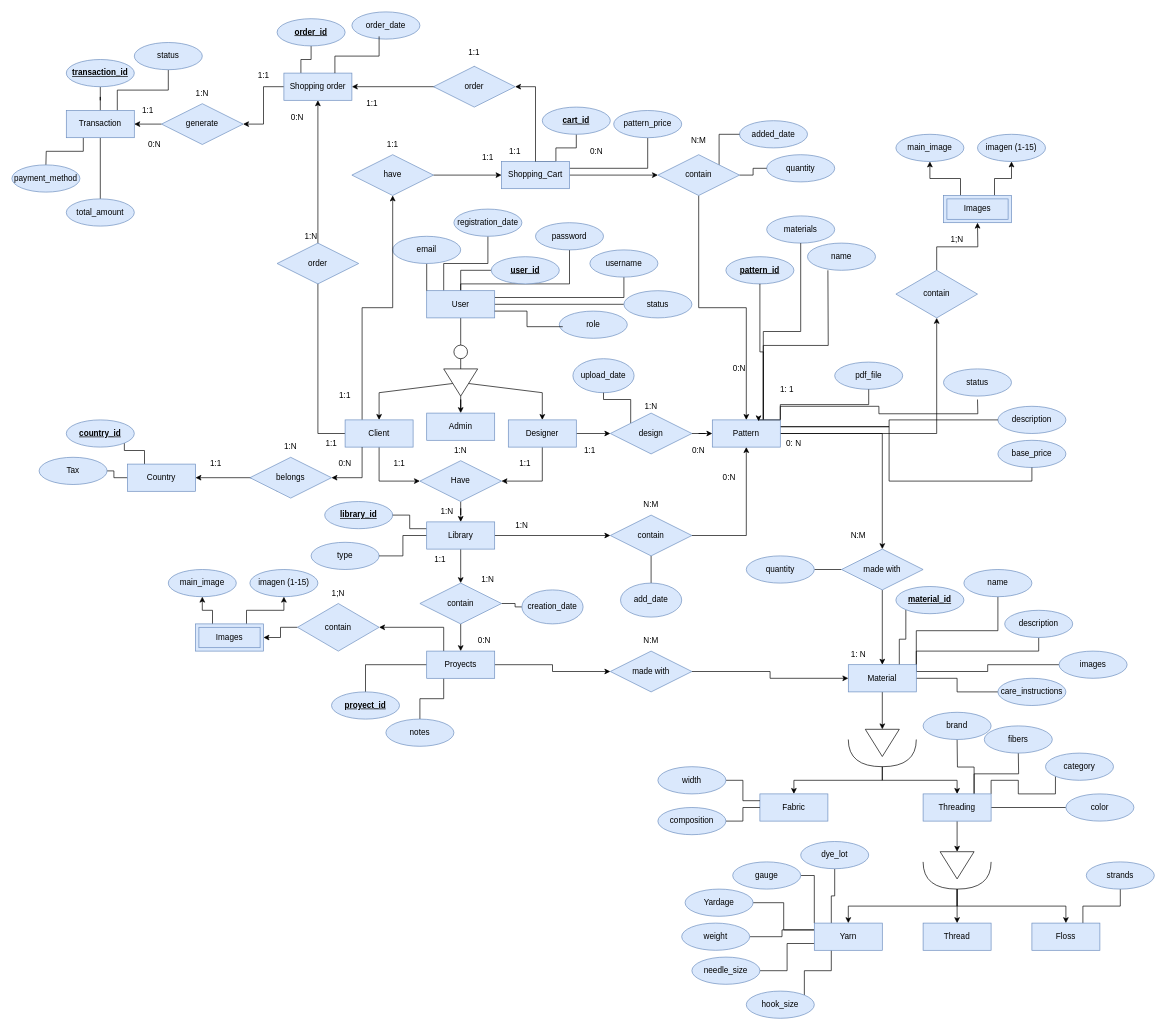
Above: Modelo Entidad Relacion.drawio in BelAndBits/StitchNetwork (draw.io), before the change. Source tidied: cells renumbered, new cells numbered last; positions are measured from the earlier drawing's top-left corner, leaving out a move shared by most shapes. Both pictures are drawn from the tidied source at 68%, with x=0, y=0 at pixel (12, 12).
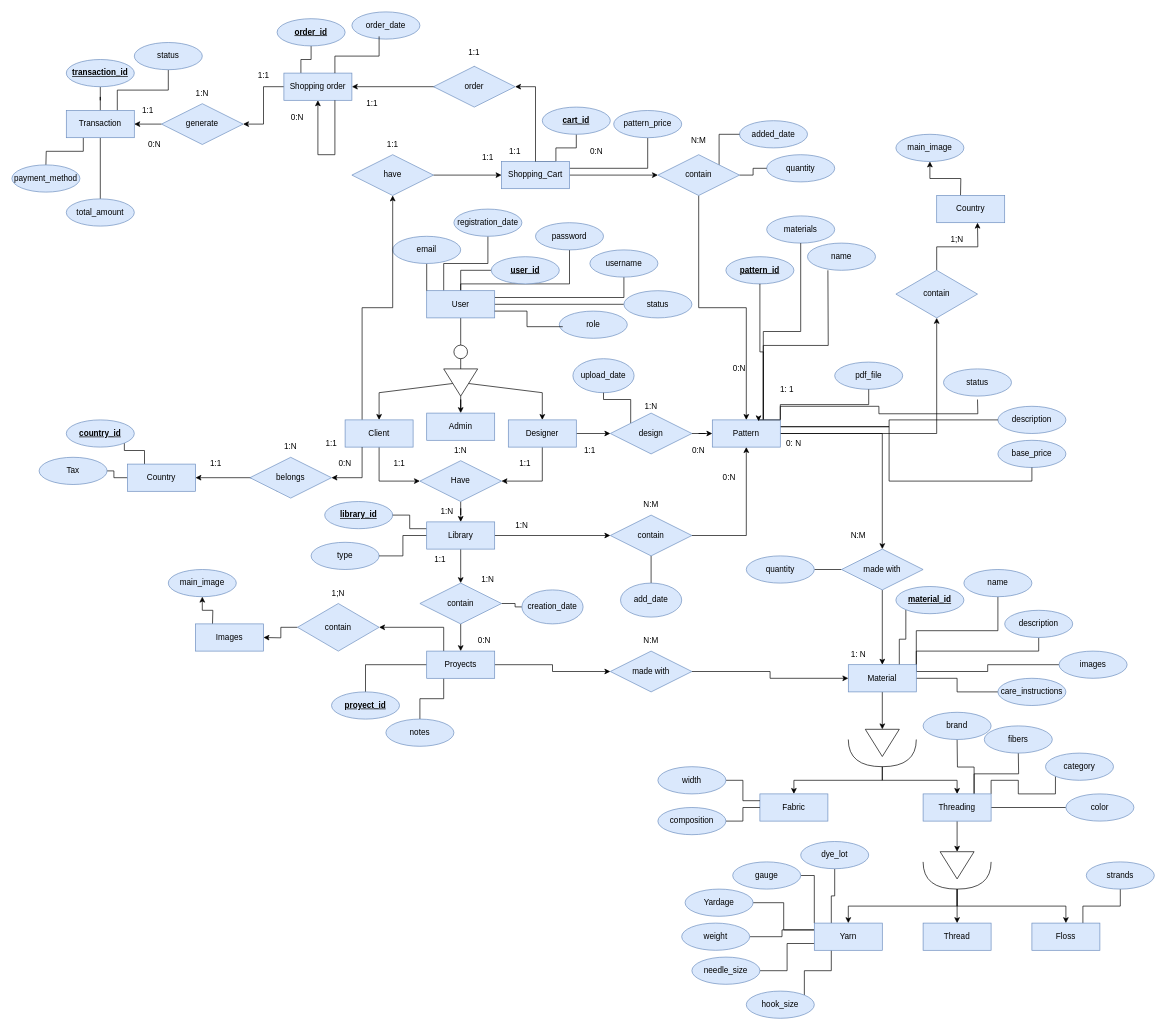
Above is the later version.

Unchanged cells that the change refers to:
```xml
<mxCell id="26" value="&lt;div&gt;Client&lt;/div&gt;" style="whiteSpace=wrap;html=1;align=center;fillColor=#dae8fc;strokeColor=#6c8ebf;" parent="1" vertex="1">
  <mxGeometry x="490" y="600" width="100" height="40" as="geometry" />
</mxCell>
<mxCell id="190" value="Shopping order" style="whiteSpace=wrap;html=1;align=center;fillColor=#dae8fc;strokeColor=#6c8ebf;" parent="1" vertex="1">
  <mxGeometry x="400" y="90" width="100" height="40" as="geometry" />
</mxCell>
<mxCell id="197" value="main_image" style="ellipse;whiteSpace=wrap;html=1;align=center;fillColor=#dae8fc;strokeColor=#6c8ebf;" parent="1" vertex="1">
  <mxGeometry x="1300" y="180" width="100" height="40" as="geometry" />
</mxCell>
<mxCell id="203" value="contain" style="shape=rhombus;perimeter=rhombusPerimeter;whiteSpace=wrap;html=1;align=center;fillColor=#dae8fc;strokeColor=#6c8ebf;" parent="1" vertex="1">
  <mxGeometry x="420" y="870" width="120" height="70" as="geometry" />
</mxCell>
<mxCell id="205" value="main_image" style="ellipse;whiteSpace=wrap;html=1;align=center;fillColor=#dae8fc;strokeColor=#6c8ebf;" parent="1" vertex="1">
  <mxGeometry x="230" y="820" width="100" height="40" as="geometry" />
</mxCell>
```

Diff of the diagram source:
```diff
@@
-    <mxCell id="24" style="edgeStyle=orthogonalEdgeStyle;rounded=0;jettySize=auto;html=1;exitX=0;exitY=0.5;exitDx=0;exitDy=0;entryX=0.5;entryY=1;entryDx=0;entryDy=0;" parent="1" edge="1" source="26" target="190">
-      <mxGeometry relative="1" as="geometry" />
-    </mxCell>
@@
-    <mxCell id="178" value="1:1" style="text;html=1;align=center;verticalAlign=middle;whiteSpace=wrap;rounded=0;" parent="1" vertex="1">
-      <mxGeometry x="460" y="550" width="60" height="30" as="geometry" />
-    </mxCell>
@@
-    <mxCell id="198" style="edgeStyle=orthogonalEdgeStyle;rounded=0;jettySize=auto;html=1;exitX=0.25;exitY=0;exitDx=0;exitDy=0;entryX=0.5;entryY=1;entryDx=0;entryDy=0;" parent="1" edge="1" source="200" target="197">
-      <mxGeometry relative="1" as="geometry" />
+    <mxCell id="198" style="edgeStyle=orthogonalEdgeStyle;rounded=0;jettySize=auto;html=1;exitX=0.25;exitY=0;exitDx=0;exitDy=0;entryX=0.5;entryY=1;entryDx=0;entryDy=0;" parent="1" edge="1" target="197">
+      <mxGeometry relative="1" as="geometry">
+        <mxPoint x="1395" y="270" as="sourcePoint" />
+      </mxGeometry>
     </mxCell>
-    <mxCell id="199" style="edgeStyle=orthogonalEdgeStyle;rounded=0;jettySize=auto;html=1;exitX=0.75;exitY=0;exitDx=0;exitDy=0;entryX=0.5;entryY=1;entryDx=0;entryDy=0;" parent="1" edge="1" source="200" target="201">
-      <mxGeometry relative="1" as="geometry" />
-    </mxCell>
-    <mxCell id="200" value="&lt;div&gt;Images&lt;/div&gt;" style="shape=ext;margin=3;double=1;whiteSpace=wrap;html=1;align=center;fillColor=#dae8fc;strokeColor=#6c8ebf;" parent="1" vertex="1">
-      <mxGeometry x="1370" y="270" width="100" height="40" as="geometry" />
-    </mxCell>
-    <mxCell id="201" value="imagen (1-15)" style="ellipse;whiteSpace=wrap;html=1;align=center;fillColor=#dae8fc;strokeColor=#6c8ebf;" parent="1" vertex="1">
-      <mxGeometry x="1420" y="180" width="100" height="40" as="geometry" />
-    </mxCell>
-    <mxCell id="202" style="edgeStyle=orthogonalEdgeStyle;rounded=0;jettySize=auto;html=1;exitX=0;exitY=0.5;exitDx=0;exitDy=0;" parent="1" edge="1" source="203" target="208">
-      <mxGeometry relative="1" as="geometry" />
+    <mxCell id="202" style="edgeStyle=orthogonalEdgeStyle;rounded=0;jettySize=auto;html=1;exitX=0;exitY=0.5;exitDx=0;exitDy=0;" parent="1" edge="1" source="203">
+      <mxGeometry relative="1" as="geometry">
+        <mxPoint x="370" y="920" as="targetPoint" />
+      </mxGeometry>
     </mxCell>
@@
-    <mxCell id="206" style="edgeStyle=orthogonalEdgeStyle;rounded=0;jettySize=auto;html=1;exitX=0.25;exitY=0;exitDx=0;exitDy=0;entryX=0.5;entryY=1;entryDx=0;entryDy=0;" parent="1" edge="1" source="208" target="205">
-      <mxGeometry relative="1" as="geometry" />
+    <mxCell id="206" style="edgeStyle=orthogonalEdgeStyle;rounded=0;jettySize=auto;html=1;exitX=0.25;exitY=0;exitDx=0;exitDy=0;entryX=0.5;entryY=1;entryDx=0;entryDy=0;" parent="1" edge="1" target="205">
+      <mxGeometry relative="1" as="geometry">
+        <mxPoint x="295" y="900" as="sourcePoint" />
+      </mxGeometry>
     </mxCell>
-    <mxCell id="207" style="edgeStyle=orthogonalEdgeStyle;rounded=0;jettySize=auto;html=1;exitX=0.75;exitY=0;exitDx=0;exitDy=0;entryX=0.5;entryY=1;entryDx=0;entryDy=0;" parent="1" edge="1" source="208" target="209">
-      <mxGeometry relative="1" as="geometry" />
-    </mxCell>
-    <mxCell id="208" value="&lt;div&gt;Images&lt;/div&gt;" style="shape=ext;margin=3;double=1;whiteSpace=wrap;html=1;align=center;fillColor=#dae8fc;strokeColor=#6c8ebf;" parent="1" vertex="1">
-      <mxGeometry x="270" y="900" width="100" height="40" as="geometry" />
-    </mxCell>
-    <mxCell id="209" value="imagen (1-15)" style="ellipse;whiteSpace=wrap;html=1;align=center;fillColor=#dae8fc;strokeColor=#6c8ebf;" parent="1" vertex="1">
-      <mxGeometry x="350" y="820" width="100" height="40" as="geometry" />
-    </mxCell>
@@
-    <mxCell id="211" value="&lt;div&gt;order&lt;/div&gt;" style="shape=rhombus;perimeter=rhombusPerimeter;whiteSpace=wrap;html=1;align=center;fillColor=#dae8fc;strokeColor=#6c8ebf;" parent="1" vertex="1">
-      <mxGeometry x="390" y="340" width="120" height="60" as="geometry" />
-    </mxCell>
-    <mxCell id="212" value="1:N" style="text;html=1;align=center;verticalAlign=middle;whiteSpace=wrap;rounded=0;" parent="1" vertex="1">
-      <mxGeometry x="410" y="315" width="60" height="30" as="geometry" />
-    </mxCell>
@@
+    <mxCell id="234" value="Images" style="whiteSpace=wrap;html=1;align=center;fillColor=#dae8fc;strokeColor=#6c8ebf;" parent="1" vertex="1">
+      <mxGeometry x="270" y="900" width="100" height="40" as="geometry" />
+    </mxCell>
+    <mxCell id="235" value="Country" style="whiteSpace=wrap;html=1;align=center;fillColor=#dae8fc;strokeColor=#6c8ebf;" parent="1" vertex="1">
+      <mxGeometry x="1360" y="270" width="100" height="40" as="geometry" />
+    </mxCell>
+    <mxCell id="236" style="edgeStyle=orthogonalEdgeStyle;rounded=0;orthogonalLoop=1;jettySize=auto;html=1;exitX=0.75;exitY=1;exitDx=0;exitDy=0;entryX=0.5;entryY=1;entryDx=0;entryDy=0;" parent="1" edge="1" source="190" target="190">
+      <mxGeometry relative="1" as="geometry">
+        <Array as="points">
+          <mxPoint x="475" y="210" />
+          <mxPoint x="450" y="210" />
+        </Array>
+      </mxGeometry>
+    </mxCell>
```
